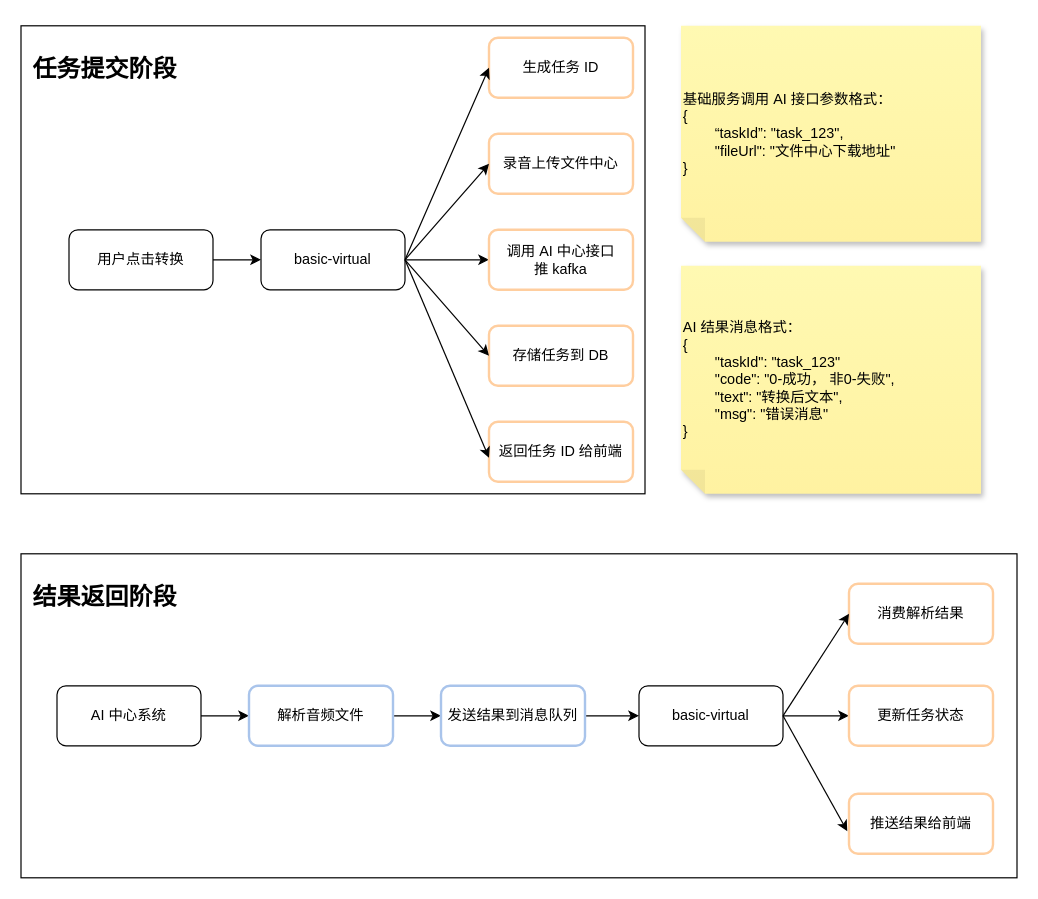
Before: 音频转文本实现.drawio in DongRuihua/draw, a draw.io diagram. Source tidied: cells renumbered, new cells numbered last; positions are measured from the earlier drawing's top-left corner, leaving out a move shared by most shapes. Both pictures are drawn from the tidied source at 120%, with x=0, y=0 at pixel (20, 25).
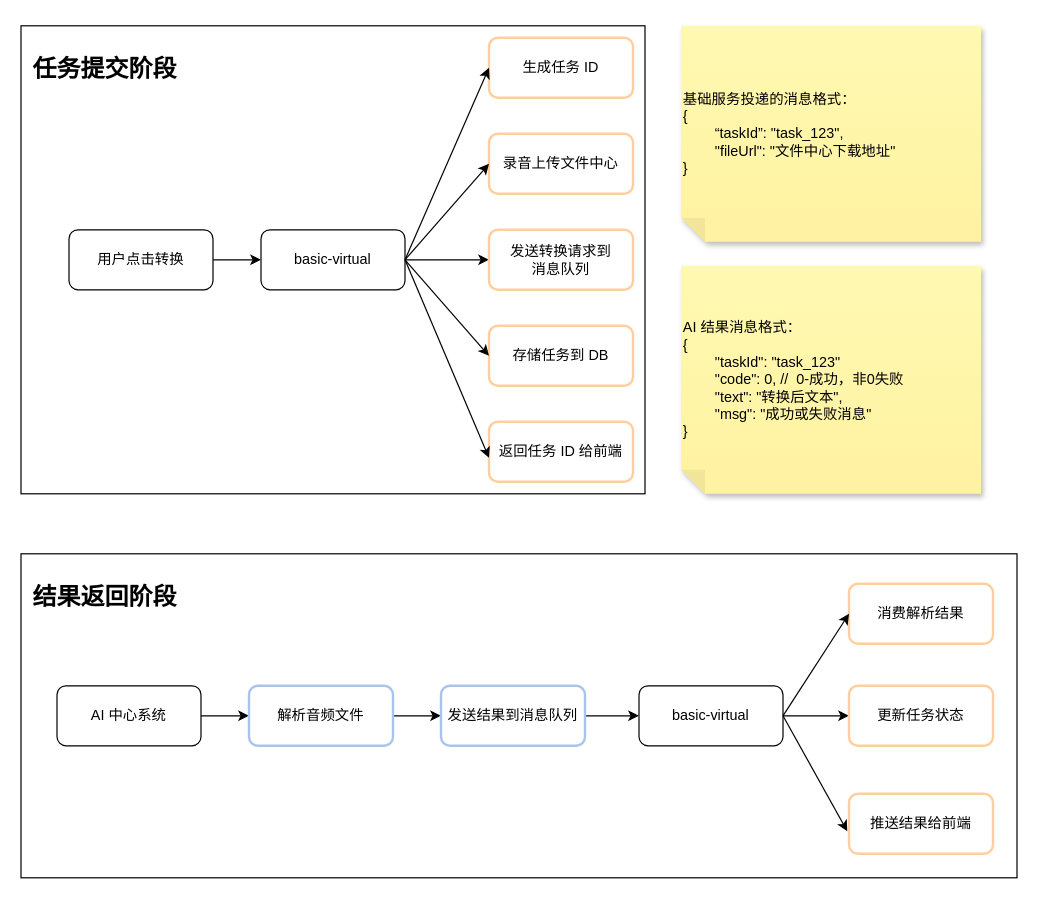
The same diagram, later.

Commit message:
更新音频转文本实现.drawio

Unchanged cells that the change refers to:
```xml
<mxCell id="2" style="group;" parent="1" vertex="1">
  <mxGeometry width="520" height="390" as="geometry" />
</mxCell>
```

Diff of the diagram source:
```diff
@@
-    <mxCell id="10" value="调用 AI 中心接口&lt;br&gt;推 kafka" style="rounded=1;whiteSpace=wrap;html=1;strokeColor=#FFCE9F;strokeWidth=2;" parent="2" vertex="1">
+    <mxCell id="10" value="发送转换请求到&lt;br&gt;消息队列" style="rounded=1;whiteSpace=wrap;html=1;strokeColor=#FFCE9F;strokeWidth=2;" parent="2" vertex="1">
       <mxGeometry x="390" y="170" width="120" height="50" as="geometry" />
     </mxCell>
@@
-    <mxCell id="34" value="基础服务调用 AI 接口参数格式：&lt;br&gt;{&lt;div&gt;&lt;span style=&quot;white-space: pre;&quot;&gt;&#9;&lt;/span&gt;“taskId”: &quot;task_123&quot;,&lt;/div&gt;&lt;div&gt;&lt;span style=&quot;white-space: pre;&quot;&gt;&#9;&lt;/span&gt;&quot;fileUrl&quot;: &quot;文件中心下载地址&quot;&lt;br&gt;&lt;/div&gt;&lt;div&gt;}&lt;/div&gt;" style="shape=note;whiteSpace=wrap;html=1;backgroundOutline=1;fontColor=#000000;darkOpacity=0.05;fillColor=#FFF9B2;strokeColor=none;fillStyle=solid;direction=west;gradientDirection=north;gradientColor=#FFF2A1;shadow=1;size=20;align=left;" parent="1" vertex="1">
+    <mxCell id="34" value="基础服务投递的消息格式：&lt;br&gt;{&lt;div&gt;&lt;span style=&quot;white-space: pre;&quot;&gt;&#9;&lt;/span&gt;“taskId”: &quot;task_123&quot;,&lt;/div&gt;&lt;div&gt;&lt;span style=&quot;white-space: pre;&quot;&gt;&#9;&lt;/span&gt;&quot;fileUrl&quot;: &quot;文件中心下载地址&quot;&lt;br&gt;&lt;/div&gt;&lt;div&gt;}&lt;/div&gt;" style="shape=note;whiteSpace=wrap;html=1;backgroundOutline=1;fontColor=#000000;darkOpacity=0.05;fillColor=#FFF9B2;strokeColor=none;fillStyle=solid;direction=west;gradientDirection=north;gradientColor=#FFF2A1;shadow=1;size=20;align=left;" parent="1" vertex="1">
       <mxGeometry x="550" width="250" height="180" as="geometry" />
     </mxCell>
-    <mxCell id="35" value="AI 结果消息格式：&lt;br&gt;{&lt;div&gt;&lt;span style=&quot;white-space: pre;&quot;&gt;&#9;&lt;/span&gt;&quot;taskId&quot;: &quot;task_123&quot;&lt;/div&gt;&lt;div&gt;&lt;span style=&quot;white-space: pre;&quot;&gt;&#9;&lt;/span&gt;&quot;code&quot;: &quot;0-成功， 非0-失败&quot;,&lt;br&gt;&lt;/div&gt;&lt;div&gt;&lt;span style=&quot;white-space: pre;&quot;&gt;&#9;&lt;/span&gt;&quot;text&quot;: &quot;转换后文本&quot;,&lt;br&gt;&lt;/div&gt;&lt;div&gt;&lt;span style=&quot;white-space: pre;&quot;&gt;&#9;&lt;/span&gt;&quot;msg&quot;: &quot;错误消息&quot;&lt;/div&gt;&lt;div&gt;}&lt;/div&gt;" style="shape=note;whiteSpace=wrap;html=1;backgroundOutline=1;fontColor=#000000;darkOpacity=0.05;fillColor=#FFF9B2;strokeColor=none;fillStyle=solid;direction=west;gradientDirection=north;gradientColor=#FFF2A1;shadow=1;size=20;align=left;" parent="1" vertex="1">
+    <mxCell id="35" value="AI 结果消息格式：&lt;br&gt;{&lt;div&gt;&lt;span style=&quot;white-space: pre;&quot;&gt;&#9;&lt;/span&gt;&quot;taskId&quot;: &quot;task_123&quot;&lt;/div&gt;&lt;div&gt;&lt;span style=&quot;white-space: pre;&quot;&gt;&#9;&lt;/span&gt;&quot;code&quot;: 0, //&amp;nbsp; 0-成功，非0失败&lt;br&gt;&lt;/div&gt;&lt;div&gt;&lt;span style=&quot;white-space: pre;&quot;&gt;&#9;&lt;/span&gt;&quot;text&quot;: &quot;转换后文本&quot;,&lt;br&gt;&lt;/div&gt;&lt;div&gt;&lt;span style=&quot;white-space: pre;&quot;&gt;&#9;&lt;/span&gt;&quot;msg&quot;: &quot;成功或失败消息&quot;&lt;/div&gt;&lt;div&gt;}&lt;/div&gt;" style="shape=note;whiteSpace=wrap;html=1;backgroundOutline=1;fontColor=#000000;darkOpacity=0.05;fillColor=#FFF9B2;strokeColor=none;fillStyle=solid;direction=west;gradientDirection=north;gradientColor=#FFF2A1;shadow=1;size=20;align=left;" parent="1" vertex="1">
       <mxGeometry x="550" y="200" width="250" height="190" as="geometry" />
     </mxCell>
```
